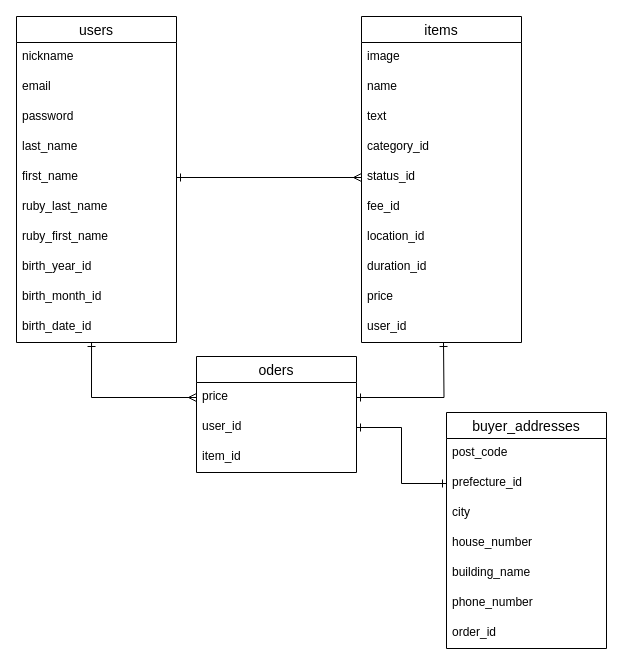
The draw.io diagram ER.dio in st-maru/furima-33516, before the edit. Source tidied: cells renumbered, new cells numbered last; positions are measured from the earlier drawing's top-left corner, leaving out a move shared by most shapes. Both pictures are drawn from the tidied source at 100%, with x=0, y=0 at pixel (16, 16).
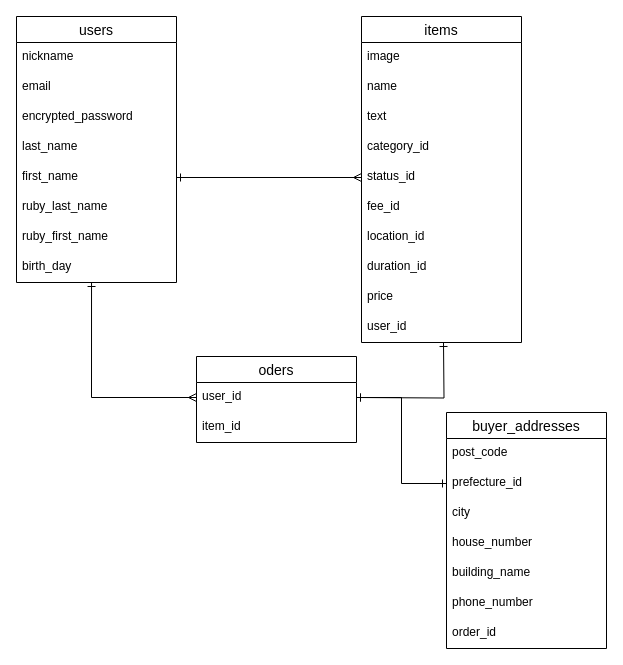
After the change.

Commit message (it also covers changes not shown here):
ER図、テーブルの修正

Change to the diagram source:
```diff
@@
     <mxCell id="2" value="users" style="swimlane;fontStyle=0;horizontal=1;startSize=26;align=center;fontSize=14;" parent="1" vertex="1">
-      <mxGeometry width="160" height="326" as="geometry" />
+      <mxGeometry width="160" height="266" as="geometry" />
     </mxCell>
@@
-    <mxCell id="5" value="password" style="text;strokeColor=none;fillColor=none;spacingLeft=4;spacingRight=4;overflow=hidden;fontSize=12;" parent="2" vertex="1">
+    <mxCell id="5" value="encrypted_password" style="text;strokeColor=none;fillColor=none;spacingLeft=4;spacingRight=4;overflow=hidden;fontSize=12;" parent="2" vertex="1">
       <mxGeometry y="86" width="160" height="30" as="geometry" />
     </mxCell>
@@
-    <mxCell id="10" value="birth_year_id" style="text;strokeColor=none;fillColor=none;spacingLeft=4;spacingRight=4;overflow=hidden;fontSize=12;" parent="2" vertex="1">
-      <mxGeometry y="236" width="160" height="30" as="geometry" />
-    </mxCell>
-    <mxCell id="11" value="birth_month_id" style="text;strokeColor=none;fillColor=none;spacingLeft=4;spacingRight=4;overflow=hidden;fontSize=12;" parent="2" vertex="1">
-      <mxGeometry y="266" width="160" height="30" as="geometry" />
-    </mxCell>
-    <mxCell id="12" value="birth_date_id" style="text;strokeColor=none;fillColor=none;spacingLeft=4;spacingRight=4;overflow=hidden;points=[[0,0.5],[1,0.5]];portConstraint=eastwest;fontSize=12;" parent="2" vertex="1">
-      <mxGeometry y="296" width="160" height="30" as="geometry" />
+    <mxCell id="12" value="birth_day" style="text;strokeColor=none;fillColor=none;spacingLeft=4;spacingRight=4;overflow=hidden;points=[[0,0.5],[1,0.5]];portConstraint=eastwest;fontSize=12;" parent="2" vertex="1">
+      <mxGeometry y="236" width="160" height="30" as="geometry" />
     </mxCell>
@@
     <mxCell id="24" value="oders" style="swimlane;fontStyle=0;horizontal=1;startSize=26;align=center;fontSize=14;" parent="1" vertex="1">
-      <mxGeometry x="180" y="340" width="160" height="116" as="geometry" />
+      <mxGeometry x="180" y="340" width="160" height="86" as="geometry" />
     </mxCell>
-    <mxCell id="25" value="price" style="text;strokeColor=none;fillColor=none;spacingLeft=4;spacingRight=4;overflow=hidden;points=[[0,0.5],[1,0.5]];portConstraint=eastwest;fontSize=12;" parent="24" vertex="1">
-      <mxGeometry y="26" width="160" height="30" as="geometry" />
-    </mxCell>
     <mxCell id="26" value="user_id" style="text;strokeColor=none;fillColor=none;spacingLeft=4;spacingRight=4;overflow=hidden;points=[[0,0.5],[1,0.5]];portConstraint=eastwest;fontSize=12;" parent="24" vertex="1">
-      <mxGeometry y="56" width="160" height="30" as="geometry" />
+      <mxGeometry y="26" width="160" height="30" as="geometry" />
     </mxCell>
     <mxCell id="27" value="item_id" style="text;strokeColor=none;fillColor=none;spacingLeft=4;spacingRight=4;overflow=hidden;fontSize=12;" parent="24" vertex="1">
-      <mxGeometry y="86" width="160" height="30" as="geometry" />
+      <mxGeometry y="56" width="160" height="30" as="geometry" />
     </mxCell>
@@
-    <mxCell id="37" style="edgeStyle=orthogonalEdgeStyle;rounded=0;jettySize=auto;html=1;startArrow=ERone;startFill=0;endArrow=ERone;endFill=0;" parent="1" edge="1" source="25">
+    <mxCell id="37" style="edgeStyle=orthogonalEdgeStyle;rounded=0;orthogonalLoop=1;jettySize=auto;html=1;startArrow=ERone;startFill=0;endArrow=ERone;endFill=0;" parent="1" edge="1">
       <mxGeometry relative="1" as="geometry">
+        <mxPoint x="340" y="381" as="sourcePoint" />
         <mxPoint x="427" y="326" as="targetPoint" />
       </mxGeometry>
     </mxCell>
-    <mxCell id="38" style="edgeStyle=orthogonalEdgeStyle;rounded=0;jettySize=auto;html=1;entryX=0.469;entryY=1;entryDx=0;entryDy=0;entryPerimeter=0;startArrow=ERmany;startFill=0;endArrow=ERone;endFill=0;" parent="1" edge="1" source="25" target="12">
+    <mxCell id="38" style="edgeStyle=orthogonalEdgeStyle;rounded=0;jettySize=auto;html=1;entryX=0.469;entryY=1;entryDx=0;entryDy=0;entryPerimeter=0;startArrow=ERmany;startFill=0;endArrow=ERone;endFill=0;exitX=0;exitY=0.5;exitDx=0;exitDy=0;" parent="1" edge="1" source="26" target="12">
       <mxGeometry relative="1" as="geometry" />
     </mxCell>
```
